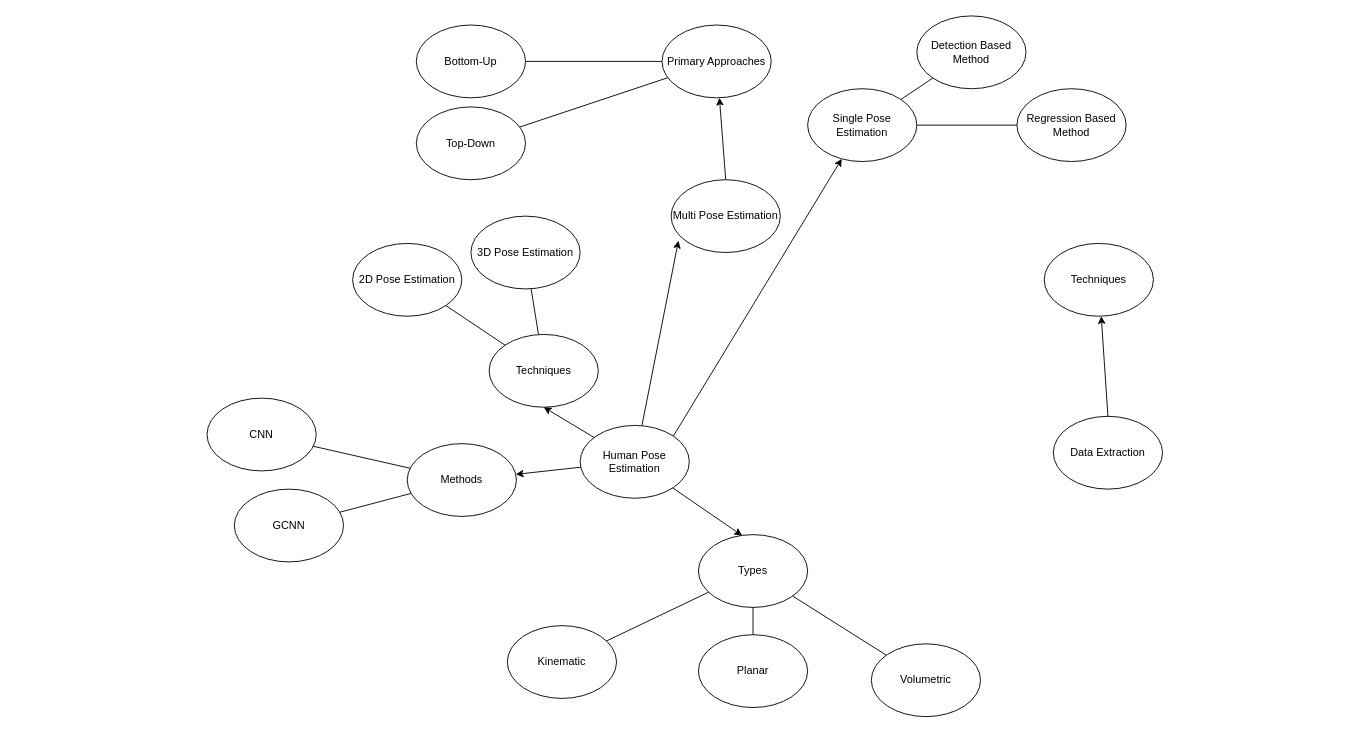
Earlier version of the draw.io diagram Diagrams/Untitled Diagram.drawio (vish84725/Research_Artifacts). Source tidied: cells renumbered, new cells numbered last; positions are measured from the earlier drawing's top-left corner, leaving out a move shared by most shapes. Both pictures are drawn from the tidied source at 91%, with x=0, y=0 at pixel (207, 15).
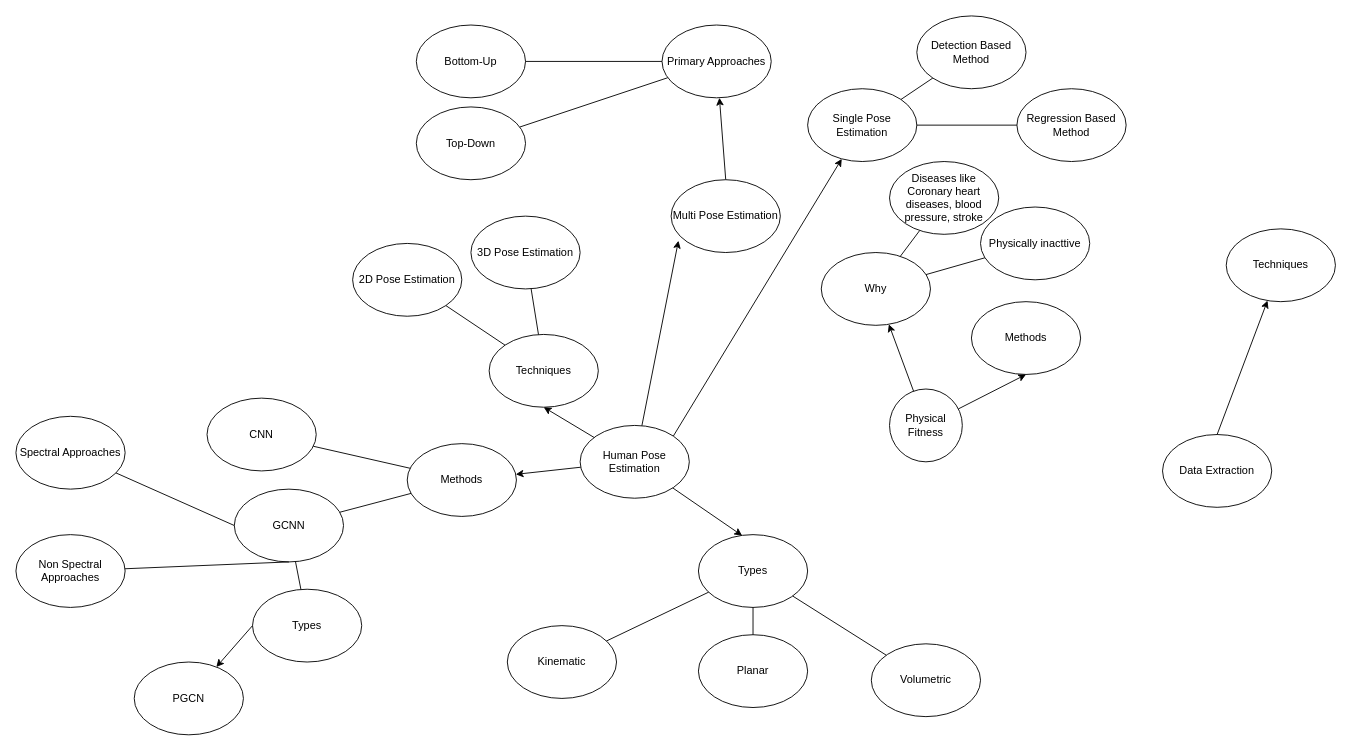
Above is the later version.

Unchanged cells that the change refers to:
```xml
<mxCell id="37" value="GCNN" style="ellipse;whiteSpace=wrap;html=1;" parent="1" vertex="1">
  <mxGeometry x="30" y="520" width="120" height="80" as="geometry" />
</mxCell>
```

The edit, as a diff of the source:
```diff
@@
     <mxCell id="2" value="Data Extraction" style="ellipse;whiteSpace=wrap;html=1;" parent="1" vertex="1">
-      <mxGeometry x="930" y="440" width="120" height="80" as="geometry" />
+      <mxGeometry x="1050" y="460" width="120" height="80" as="geometry" />
     </mxCell>
     <mxCell id="3" value="Techniques" style="ellipse;whiteSpace=wrap;html=1;" parent="1" vertex="1">
-      <mxGeometry x="920" y="250" width="120" height="80" as="geometry" />
+      <mxGeometry x="1120" y="234" width="120" height="80" as="geometry" />
     </mxCell>
@@
+    <mxCell id="40" value="Spectral Approaches" style="ellipse;whiteSpace=wrap;html=1;" parent="1" vertex="1">
+      <mxGeometry x="-210" y="440" width="120" height="80" as="geometry" />
+    </mxCell>
+    <mxCell id="41" value="Non Spectral Approaches" style="ellipse;whiteSpace=wrap;html=1;" parent="1" vertex="1">
+      <mxGeometry x="-210" y="570" width="120" height="80" as="geometry" />
+    </mxCell>
+    <mxCell id="42" style="endArrow=none;html=1;rounded=0;entryX=0;entryY=0.5;entryDx=0;entryDy=0;" parent="1" edge="1" source="40" target="37">
+      <mxGeometry relative="1" as="geometry" />
+    </mxCell>
+    <mxCell id="43" style="endArrow=none;html=1;rounded=0;entryX=0.5;entryY=1;entryDx=0;entryDy=0;" parent="1" edge="1" source="41" target="37">
+      <mxGeometry relative="1" as="geometry" />
+    </mxCell>
+    <mxCell id="44" value="Types" style="ellipse;whiteSpace=wrap;html=1;" parent="1" vertex="1">
+      <mxGeometry x="50" y="630" width="120" height="80" as="geometry" />
+    </mxCell>
+    <mxCell id="45" style="endArrow=none;html=1;rounded=0;" parent="1" edge="1" source="44" target="37">
+      <mxGeometry relative="1" as="geometry" />
+    </mxCell>
+    <mxCell id="46" value="PGCN" style="ellipse;whiteSpace=wrap;html=1;" parent="1" vertex="1">
+      <mxGeometry x="-80" y="710" width="120" height="80" as="geometry" />
+    </mxCell>
+    <mxCell id="47" style="endArrow=classic;html=1;rounded=0;exitX=0;exitY=0.5;exitDx=0;exitDy=0;" parent="1" edge="1" source="44" target="46">
+      <mxGeometry relative="1" as="geometry" />
+    </mxCell>
+    <mxCell id="48" value="Physical Fitness" style="ellipse;whiteSpace=wrap;html=1;" parent="1" vertex="1">
+      <mxGeometry x="750" y="410" width="80" height="80" as="geometry" />
+    </mxCell>
+    <mxCell id="49" value="Why" style="ellipse;whiteSpace=wrap;html=1;" parent="1" vertex="1">
+      <mxGeometry x="675" y="260" width="120" height="80" as="geometry" />
+    </mxCell>
+    <mxCell id="50" style="endArrow=classic;html=1;rounded=0;" parent="1" edge="1" source="48" target="49">
+      <mxGeometry relative="1" as="geometry" />
+    </mxCell>
+    <mxCell id="51" value="Methods" style="ellipse;whiteSpace=wrap;html=1;" parent="1" vertex="1">
+      <mxGeometry x="840" y="314" width="120" height="80" as="geometry" />
+    </mxCell>
+    <mxCell id="52" style="endArrow=classic;html=1;rounded=0;entryX=0.5;entryY=1;entryDx=0;entryDy=0;" parent="1" edge="1" source="48" target="51">
+      <mxGeometry relative="1" as="geometry" />
+    </mxCell>
+    <mxCell id="53" value="Diseases like Coronary heart diseases, blood pressure, stroke" style="ellipse;whiteSpace=wrap;html=1;" parent="1" vertex="1">
+      <mxGeometry x="750" y="160" width="120" height="80" as="geometry" />
+    </mxCell>
+    <mxCell id="54" style="endArrow=none;html=1;rounded=0;" parent="1" edge="1" source="49" target="53">
+      <mxGeometry relative="1" as="geometry" />
+    </mxCell>
+    <mxCell id="55" value="Physically inacttive" style="ellipse;whiteSpace=wrap;html=1;" parent="1" vertex="1">
+      <mxGeometry x="850" y="210" width="120" height="80" as="geometry" />
+    </mxCell>
+    <mxCell id="56" style="endArrow=none;html=1;rounded=0;" parent="1" edge="1" source="49" target="55">
+      <mxGeometry relative="1" as="geometry" />
+    </mxCell>
```
